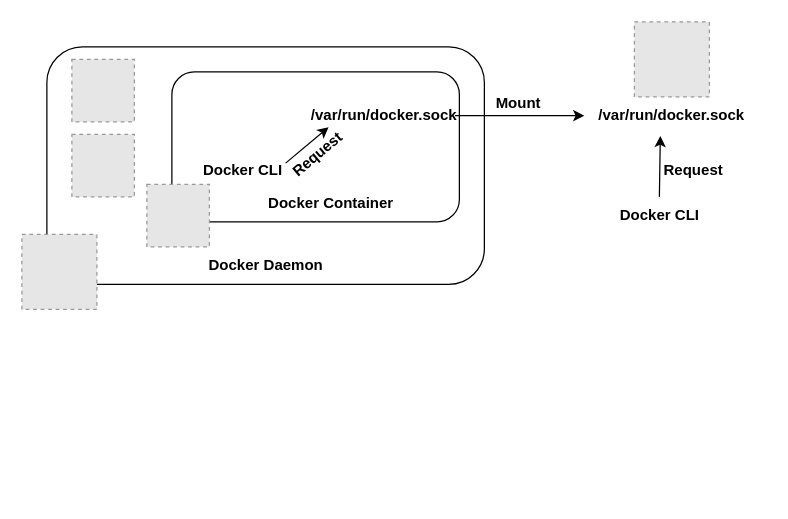
Above: docker in docker.drawio in Niujieheng/GitHub_Jul (draw.io), before the change. Source tidied: cells renumbered, new cells numbered last; positions are measured from the earlier drawing's top-left corner, leaving out a move shared by most shapes. Both pictures are drawn from the tidied source at 125%, with x=0, y=0 at pixel (21, 21). Pictures stored in the file or linked from it are replaced by grey dashed boxes.
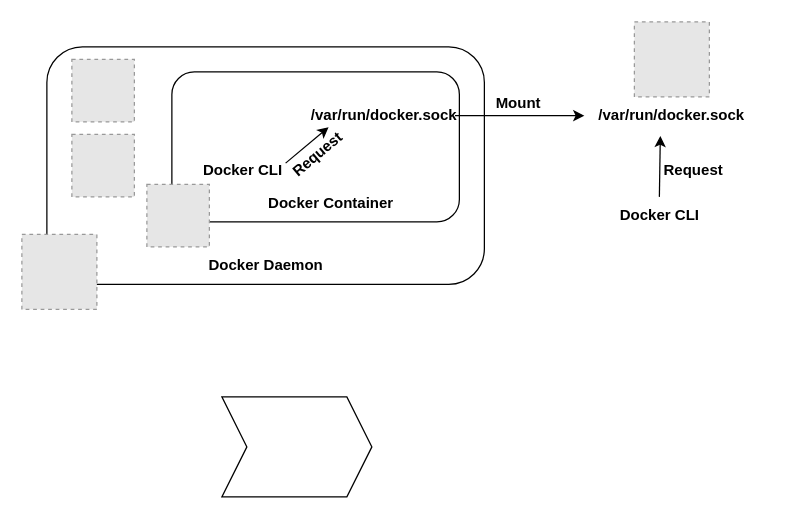
After the change.

Change to the diagram source:
```diff
@@
+    <mxCell id="21" style="shape=step;perimeter=stepPerimeter;whiteSpace=wrap;html=1;fixedSize=1;" parent="1" vertex="1">
+      <mxGeometry x="160" y="300" width="120" height="80" as="geometry" />
+    </mxCell>
```
